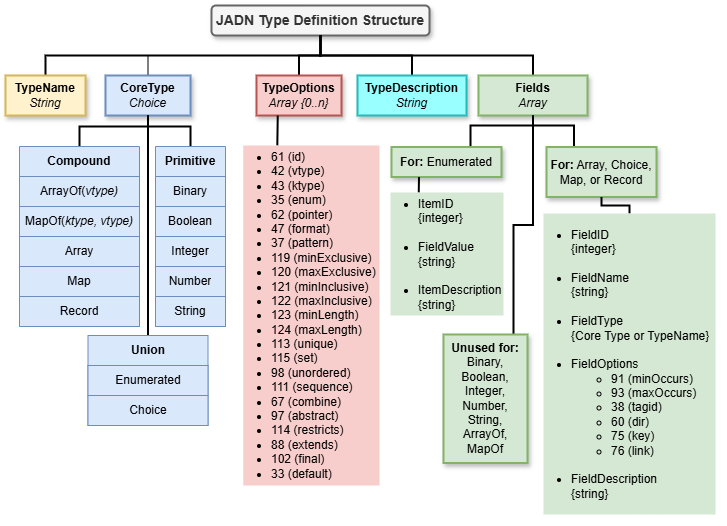
oasis-tcs/openc2-jadn-im keeps this draw.io diagram as images/JADN-Type-Def-Structure.drawio.png. Above is the earlier version. Source tidied: cells renumbered, new cells last; positions are measured from the earlier drawing's top-left corner, leaving out a move shared by most shapes.
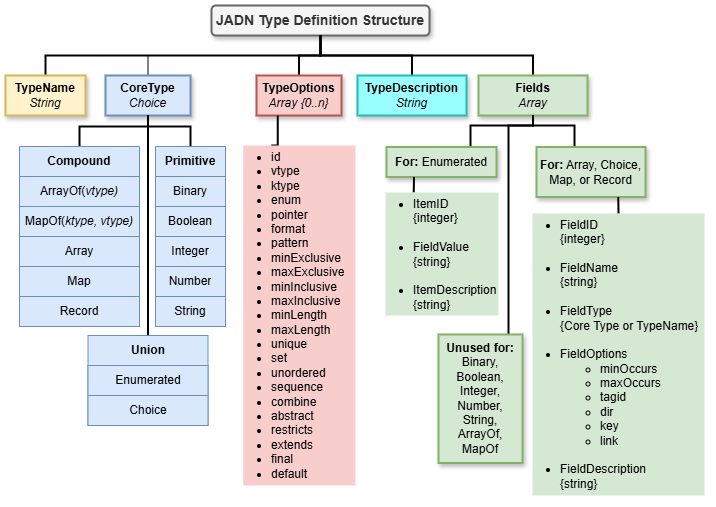
Later version of the same file.

Commit message:
remove ASCII codes from Fig 3-2

What changed in the source:
```diff
@@ -80,8 +80,8 @@
     <mxCell id="27" style="edgeStyle=orthogonalEdgeStyle;rounded=0;jettySize=auto;html=1;exitX=0.25;exitY=0;exitDx=0;exitDy=0;entryX=0.25;entryY=1;entryDx=0;entryDy=0;strokeWidth=2;endArrow=none;endFill=0;" parent="1" edge="1" source="28" target="26">
       <mxGeometry relative="1" as="geometry" />
     </mxCell>
-    <mxCell id="28" value="&lt;ul&gt;&lt;li&gt;61 (id)&lt;/li&gt;&lt;li&gt;42 (vtype)&lt;/li&gt;&lt;li&gt;43 (ktype)&lt;/li&gt;&lt;li&gt;35 (enum)&lt;/li&gt;&lt;li&gt;62 (pointer)&lt;/li&gt;&lt;li&gt;47 (format)&lt;/li&gt;&lt;li&gt;37 (pattern)&lt;/li&gt;&lt;li&gt;119 (minExclusive)&lt;/li&gt;&lt;li&gt;120 (maxExclusive)&lt;/li&gt;&lt;li&gt;121 (minInclusive)&lt;/li&gt;&lt;li&gt;122 (maxInclusive)&lt;/li&gt;&lt;li&gt;123 (minLength)&lt;/li&gt;&lt;li&gt;124 (maxLength)&lt;/li&gt;&lt;li&gt;113 (unique)&lt;/li&gt;&lt;li&gt;115 (set)&lt;/li&gt;&lt;li&gt;98 (unordered)&lt;/li&gt;&lt;li&gt;111 (sequence)&lt;/li&gt;&lt;li&gt;67 (combine)&lt;/li&gt;&lt;li&gt;97 (abstract)&lt;/li&gt;&lt;li&gt;114 (restricts)&lt;/li&gt;&lt;li&gt;88 (extends)&lt;/li&gt;&lt;li&gt;102 (final)&lt;/li&gt;&lt;li&gt;33 (default)&lt;/li&gt;&lt;/ul&gt;" style="text;strokeColor=none;fillColor=#f8cecc;html=1;whiteSpace=wrap;verticalAlign=middle;overflow=hidden;spacing=-12;" parent="1" vertex="1">
-      <mxGeometry x="237.8" y="140" width="136.2" height="340" as="geometry" />
+    <mxCell id="28" value="&lt;ul&gt;&lt;li&gt;id&lt;/li&gt;&lt;li&gt;vtype&lt;/li&gt;&lt;li&gt;ktype&lt;/li&gt;&lt;li&gt;enum&lt;/li&gt;&lt;li&gt;pointer&lt;/li&gt;&lt;li&gt;format&lt;/li&gt;&lt;li&gt;pattern&lt;/li&gt;&lt;li&gt;minExclusive&lt;/li&gt;&lt;li&gt;maxExclusive&lt;/li&gt;&lt;li&gt;minInclusive&lt;/li&gt;&lt;li&gt;maxInclusive&lt;/li&gt;&lt;li&gt;minLength&lt;/li&gt;&lt;li&gt;maxLength&lt;/li&gt;&lt;li&gt;unique&lt;/li&gt;&lt;li&gt;set&lt;/li&gt;&lt;li&gt;unordered&lt;/li&gt;&lt;li&gt;sequence&lt;/li&gt;&lt;li&gt;combine&lt;/li&gt;&lt;li&gt;abstract&lt;/li&gt;&lt;li&gt;restricts&lt;/li&gt;&lt;li&gt;extends&lt;/li&gt;&lt;li&gt;final&lt;/li&gt;&lt;li&gt;default&lt;/li&gt;&lt;/ul&gt;" style="text;strokeColor=none;fillColor=#f8cecc;html=1;whiteSpace=wrap;verticalAlign=middle;overflow=hidden;spacing=-12;" parent="1" vertex="1">
+      <mxGeometry x="237.8" y="140" width="112.2" height="340" as="geometry" />
     </mxCell>
     <mxCell id="29" style="edgeStyle=orthogonalEdgeStyle;rounded=0;jettySize=auto;html=1;exitX=0.5;exitY=0;exitDx=0;exitDy=0;entryX=0.5;entryY=1;entryDx=0;entryDy=0;strokeWidth=2;endArrow=none;endFill=0;" parent="1" edge="1" source="30" target="2">
       <mxGeometry relative="1" as="geometry" />
@@ -96,10 +96,15 @@
       <mxGeometry x="473" y="70" width="109" height="40" as="geometry" />
     </mxCell>
     <mxCell id="33" style="edgeStyle=orthogonalEdgeStyle;rounded=0;jettySize=auto;html=1;exitX=0.833;exitY=0;exitDx=0;exitDy=0;entryX=0.5;entryY=1;entryDx=0;entryDy=0;strokeWidth=2;endArrow=none;endFill=0;exitPerimeter=0;" parent="1" edge="1" source="34" target="32">
-      <mxGeometry relative="1" as="geometry" />
+      <mxGeometry relative="1" as="geometry">
+        <Array as="points">
+          <mxPoint x="503" y="120" />
+          <mxPoint x="528" y="120" />
+        </Array>
+      </mxGeometry>
     </mxCell>
     <mxCell id="34" value="&lt;b&gt;Unused for:&lt;/b&gt; Binary, Boolean, Integer, Number, String, ArrayOf, MapOf" style="rounded=0;whiteSpace=wrap;html=1;fillColor=#d5e8d4;strokeColor=#82b366;strokeWidth=2;shadow=1;" parent="1" vertex="1">
-      <mxGeometry x="438" y="329" width="84" height="128.5" as="geometry" />
+      <mxGeometry x="433" y="329" width="84" height="128.5" as="geometry" />
     </mxCell>
     <mxCell id="35" style="rounded=0;jettySize=auto;html=1;exitX=0.25;exitY=0;exitDx=0;exitDy=0;entryX=0.5;entryY=1;entryDx=0;entryDy=0;strokeWidth=2;endArrow=none;endFill=0;edgeStyle=orthogonalEdgeStyle;" parent="1" edge="1" source="36" target="32">
       <mxGeometry relative="1" as="geometry">
@@ -110,18 +115,13 @@
       </mxGeometry>
     </mxCell>
     <mxCell id="36" value="&lt;b&gt;For:&lt;/b&gt; Array, Choice, Map, or Record" style="rounded=0;whiteSpace=wrap;html=1;fillColor=#d5e8d4;strokeColor=#82b366;strokeWidth=2;shadow=1;" parent="1" vertex="1">
-      <mxGeometry x="541" y="141.5" width="110" height="50" as="geometry" />
+      <mxGeometry x="531" y="141.5" width="109" height="50" as="geometry" />
     </mxCell>
-    <mxCell id="37" style="rounded=0;jettySize=auto;html=1;exitX=0.5;exitY=0;exitDx=0;exitDy=0;entryX=0.5;entryY=1;entryDx=0;entryDy=0;strokeWidth=2;endArrow=none;endFill=0;edgeStyle=orthogonalEdgeStyle;" parent="1" edge="1" source="38" target="36">
-      <mxGeometry relative="1" as="geometry">
-        <Array as="points">
-          <mxPoint x="624" y="200" />
-          <mxPoint x="596" y="200" />
-        </Array>
-      </mxGeometry>
+    <mxCell id="37" style="rounded=0;jettySize=auto;html=1;exitX=0.5;exitY=0;exitDx=0;exitDy=0;entryX=0.75;entryY=1;entryDx=0;entryDy=0;strokeWidth=2;endArrow=none;endFill=0;" parent="1" edge="1" source="38" target="36">
+      <mxGeometry relative="1" as="geometry" />
     </mxCell>
-    <mxCell id="38" value="&lt;ul&gt;&lt;li&gt;FieldID&lt;br&gt;{integer}&lt;br&gt;&lt;br&gt;&lt;/li&gt;&lt;li&gt;FieldName&lt;br&gt;{string}&lt;br&gt;&lt;br&gt;&lt;/li&gt;&lt;li&gt;FieldType&lt;br&gt;{Core Type or TypeName}&lt;br&gt;&lt;br&gt;&lt;/li&gt;&lt;li&gt;FieldOptions&lt;/li&gt;&lt;ul&gt;&lt;li&gt;&lt;span style=&quot;background-color: initial;&quot;&gt;91 (minOccurs)&lt;/span&gt;&lt;/li&gt;&lt;li&gt;93 (maxOccurs)&lt;br&gt;&lt;/li&gt;&lt;li&gt;&lt;span style=&quot;background-color: initial;&quot;&gt;38 (tagid)&lt;/span&gt;&lt;/li&gt;&lt;li&gt;60 (dir)&lt;/li&gt;&lt;li&gt;75 (key)&lt;/li&gt;&lt;li&gt;76 (link)&lt;br&gt;&lt;br&gt;&lt;/li&gt;&lt;/ul&gt;&lt;li&gt;FieldDescription&lt;br&gt;{string}&lt;/li&gt;&lt;/ul&gt;" style="text;strokeColor=none;fillColor=#d5e8d4;html=1;whiteSpace=wrap;verticalAlign=middle;overflow=hidden;spacing=-12;" parent="1" vertex="1">
-      <mxGeometry x="538" y="208" width="172" height="301" as="geometry" />
+    <mxCell id="38" value="&lt;ul&gt;&lt;li&gt;FieldID&lt;br&gt;{integer}&lt;br&gt;&lt;br&gt;&lt;/li&gt;&lt;li&gt;FieldName&lt;br&gt;{string}&lt;br&gt;&lt;br&gt;&lt;/li&gt;&lt;li&gt;FieldType&lt;br&gt;{Core Type or TypeName}&lt;br&gt;&lt;br&gt;&lt;/li&gt;&lt;li&gt;FieldOptions&lt;/li&gt;&lt;ul&gt;&lt;li&gt;&lt;span style=&quot;background-color: initial;&quot;&gt;minOccurs&lt;/span&gt;&lt;/li&gt;&lt;li&gt;maxOccurs&lt;br&gt;&lt;/li&gt;&lt;li&gt;&lt;span style=&quot;background-color: initial;&quot;&gt;tagid&lt;/span&gt;&lt;/li&gt;&lt;li&gt;dir&lt;/li&gt;&lt;li&gt;key&lt;/li&gt;&lt;li&gt;link&lt;br&gt;&lt;br&gt;&lt;/li&gt;&lt;/ul&gt;&lt;li&gt;FieldDescription&lt;br&gt;{string}&lt;/li&gt;&lt;/ul&gt;" style="text;strokeColor=none;fillColor=#d5e8d4;html=1;whiteSpace=wrap;verticalAlign=middle;overflow=hidden;spacing=-12;" parent="1" vertex="1">
+      <mxGeometry x="527" y="208" width="172" height="282" as="geometry" />
     </mxCell>
     <mxCell id="39" style="rounded=0;jettySize=auto;html=1;exitX=0.75;exitY=0;exitDx=0;exitDy=0;strokeWidth=2;endArrow=none;endFill=0;entryX=0.5;entryY=1;entryDx=0;entryDy=0;edgeStyle=orthogonalEdgeStyle;" parent="1" edge="1" source="40" target="32">
       <mxGeometry relative="1" as="geometry">
@@ -132,13 +132,13 @@
       </mxGeometry>
     </mxCell>
     <mxCell id="40" value="&lt;b&gt;For:&lt;/b&gt; Enumerated" style="rounded=0;whiteSpace=wrap;html=1;fillColor=#d5e8d4;strokeColor=#82b366;strokeWidth=2;shadow=1;" parent="1" vertex="1">
-      <mxGeometry x="386" y="141.5" width="110" height="30" as="geometry" />
+      <mxGeometry x="381" y="141.5" width="110" height="30" as="geometry" />
     </mxCell>
     <mxCell id="41" style="edgeStyle=orthogonalEdgeStyle;rounded=0;jettySize=auto;html=1;exitX=0.25;exitY=0;exitDx=0;exitDy=0;entryX=0.25;entryY=1;entryDx=0;entryDy=0;strokeWidth=2;endArrow=none;endFill=0;" parent="1" edge="1" source="42" target="40">
       <mxGeometry relative="1" as="geometry" />
     </mxCell>
     <mxCell id="42" value="&lt;ul&gt;&lt;li&gt;ItemID&lt;br&gt;{integer}&lt;br&gt;&lt;br&gt;&lt;/li&gt;&lt;li&gt;FieldValue&lt;br&gt;{string}&lt;br&gt;&lt;br&gt;&lt;/li&gt;&lt;li&gt;&lt;span style=&quot;background-color: initial;&quot;&gt;ItemDescription&lt;br&gt;&lt;/span&gt;{string}&lt;/li&gt;&lt;/ul&gt;" style="text;strokeColor=none;fillColor=#d5e8d4;html=1;whiteSpace=wrap;verticalAlign=middle;overflow=hidden;spacing=-12;" parent="1" vertex="1">
-      <mxGeometry x="385" y="187" width="113" height="123" as="geometry" />
+      <mxGeometry x="380" y="187" width="113" height="123" as="geometry" />
     </mxCell>
   </root>
 </mxGraphModel>
```
